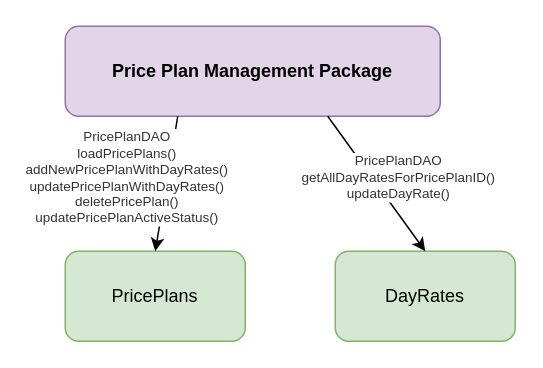
This is docs/model/price-plan-management.drawio from Tonyslogic/comparetout, a draw.io file, before an edit. Source tidied: cells renumbered, new cells numbered last; positions are measured from the earlier drawing's top-left corner, leaving out a move shared by most shapes. Both pictures are drawn from the tidied source at 150%, with x=0, y=0 at pixel (64, 26).
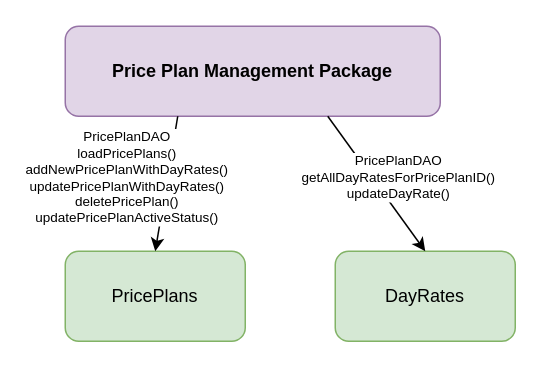
The same diagram, later.

What changed in the source:
```diff
@@
 <mxGraphModel>
   <root>
     <mxCell id="0" />
     <mxCell id="1" parent="0" />
     <mxCell id="2" value="Price Plan Management Package" style="rounded=1;whiteSpace=wrap;html=1;fillColor=#E1D5E7;strokeColor=#9673A6;fontColor=#000000;fontStyle=1;" parent="1" vertex="1">
       <mxGeometry width="250" height="60" as="geometry" />
     </mxCell>
     <mxCell id="3" value="PricePlans" style="rounded=1;whiteSpace=wrap;html=1;fillColor=#D5E8D4;strokeColor=#82B366;fontColor=#000000;" parent="1" vertex="1">
       <mxGeometry y="150" width="120" height="60" as="geometry" />
     </mxCell>
     <mxCell id="4" value="DayRates" style="rounded=1;whiteSpace=wrap;html=1;fillColor=#D5E8D4;strokeColor=#82B366;fontColor=#000000;" parent="1" vertex="1">
       <mxGeometry x="180" y="150" width="120" height="60" as="geometry" />
     </mxCell>
     <mxCell id="5" style="endArrow=classic;html=1;rounded=1;exitX=0.3;exitY=1;exitDx=0;exitDy=0;entryX=0.5;entryY=0;entryDx=0;entryDy=0;" parent="1" edge="1" source="2" target="3">
       <mxGeometry relative="1" as="geometry" />
     </mxCell>
-    <mxCell id="6" value="PricePlanDAO&#10;loadPricePlans()&#10;addNewPricePlanWithDayRates()&#10;updatePricePlanWithDayRates()&#10;deletePricePlan()&#10;updatePricePlanActiveStatus()" style="edgeLabel;html=1;align=center;verticalAlign=middle;fontSize=9;fontColor=#333333;" parent="5" vertex="1">
+    <mxCell id="6" value="PricePlanDAO&#10;loadPricePlans()&#10;addNewPricePlanWithDayRates()&#10;updatePricePlanWithDayRates()&#10;deletePricePlan()&#10;updatePricePlanActiveStatus()" style="edgeLabel;html=1;align=center;verticalAlign=middle;fontSize=9;fontColor=#000000;labelBackgroundColor=#FFFFFF;" parent="5" vertex="1">
       <mxGeometry x="-0.2" y="1" relative="1" as="geometry">
         <mxPoint x="-30" y="5" as="offset" />
       </mxGeometry>
     </mxCell>
     <mxCell id="7" style="endArrow=classic;html=1;rounded=1;exitX=0.7;exitY=1;exitDx=0;exitDy=0;entryX=0.5;entryY=0;entryDx=0;entryDy=0;" parent="1" edge="1" source="2" target="4">
       <mxGeometry relative="1" as="geometry" />
     </mxCell>
-    <mxCell id="8" value="PricePlanDAO&#10;getAllDayRatesForPricePlanID()&#10;updateDayRate()" style="edgeLabel;html=1;align=center;verticalAlign=middle;fontSize=9;fontColor=#333333;" parent="7" vertex="1">
+    <mxCell id="8" value="PricePlanDAO&#10;getAllDayRatesForPricePlanID()&#10;updateDayRate()" style="edgeLabel;html=1;align=center;verticalAlign=middle;fontSize=9;fontColor=#000000;labelBackgroundColor=#FFFFFF;" parent="7" vertex="1">
       <mxGeometry x="-0.2" y="1" relative="1" as="geometry">
         <mxPoint x="20" y="5" as="offset" />
       </mxGeometry>
     </mxCell>
   </root>
 </mxGraphModel>
```
